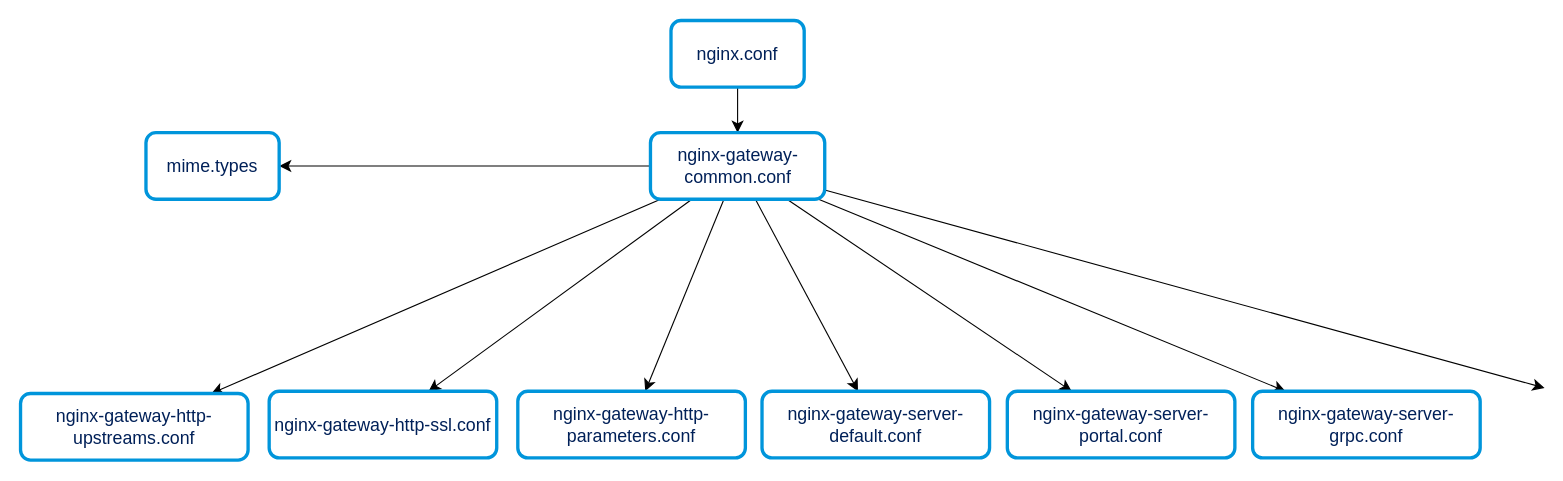
Above: nginx-conf.drawio in omasseau/drawio (draw.io), before the change. Source tidied: cells renumbered, new cells numbered last; positions are measured from the earlier drawing's top-left corner, leaving out a move shared by most shapes. Both pictures are drawn from the tidied source at 111%, with x=0, y=0 at pixel (20, 20).
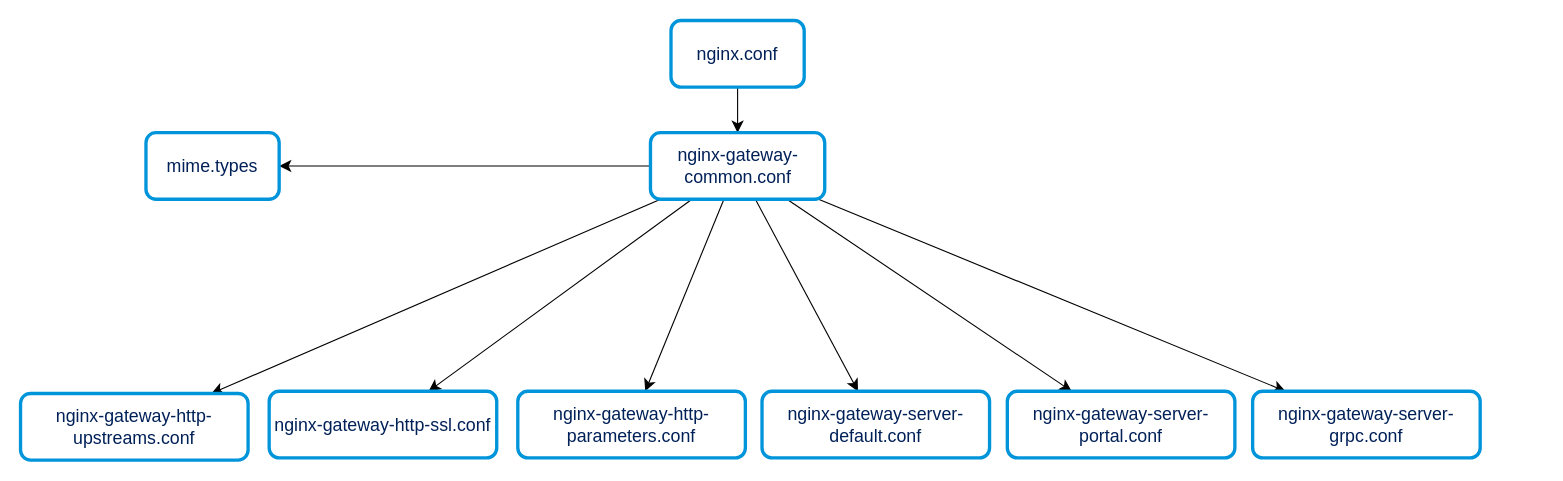
After the change.

Commit message (it also covers changes not shown here):
Mettre à jour nginx-conf.drawio

The change refers to these unchanged cells:
```xml
<mxCell id="12" value="&lt;div&gt;nginx-gateway-common.conf&lt;/div&gt;" style="rounded=1;whiteSpace=wrap;html=1;strokeColor=#0095db;strokeWidth=3;arcSize=15;fontFamily=Poppins;fontSize=16;fontColor=#002058;fontStyle=0;" parent="1" vertex="1">
  <mxGeometry x="567.5" y="101" width="157" height="60" as="geometry" />
</mxCell>
```

What changed in the source:
```diff
@@
-    <mxCell id="11" style="edgeStyle=none;curved=1;rounded=0;jettySize=auto;html=1;fontSize=12;startSize=8;endSize=8;" parent="1" edge="1" source="12">
-      <mxGeometry relative="1" as="geometry">
-        <mxPoint x="1373" y="331" as="targetPoint" />
-      </mxGeometry>
-    </mxCell>
```
